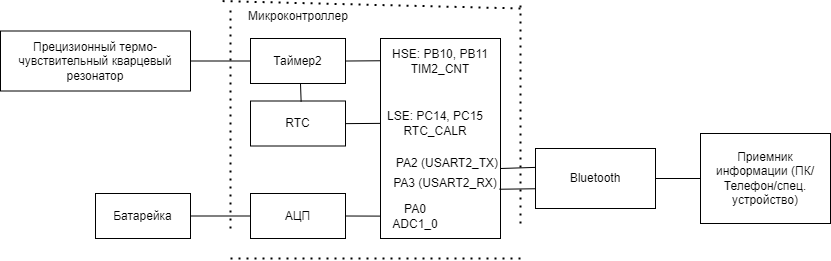
Luda-Seliv-KE-413/Kursovoy keeps this draw.io diagram as DOC/images/Structura.png. Above is the earlier version. Source tidied: cells renumbered, new cells last; positions are measured from the earlier drawing's top-left corner, leaving out a move shared by most shapes.
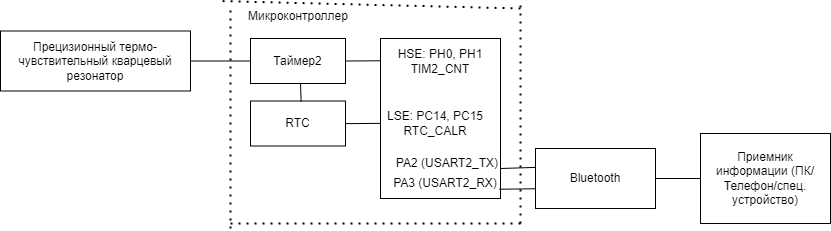
The same file after the commit.

Diff of the diagram source:
```diff
@@ -3,7 +3,7 @@
     <mxCell id="0" />
     <mxCell id="1" parent="0" />
     <mxCell id="2" style="rounded=0;whiteSpace=wrap;html=1;" parent="1" vertex="1">
-      <mxGeometry x="380" y="38" width="120" height="200" as="geometry" />
+      <mxGeometry x="380" y="38" width="120" height="160" as="geometry" />
     </mxCell>
     <mxCell id="3" value="Bluetooth" style="rounded=0;whiteSpace=wrap;html=1;" parent="1" vertex="1">
       <mxGeometry x="535" y="148" width="120" height="60" as="geometry" />
@@ -39,8 +39,8 @@
     </mxCell>
     <mxCell id="11" style="endArrow=none;dashed=1;html=1;dashPattern=1 3;strokeWidth=2;rounded=0;" parent="1" edge="1">
       <mxGeometry relative="1" as="geometry">
-        <mxPoint x="230" y="258" as="sourcePoint" />
-        <mxPoint x="520" y="258" as="targetPoint" />
+        <mxPoint x="230" y="223" as="sourcePoint" />
+        <mxPoint x="520" y="223" as="targetPoint" />
       </mxGeometry>
     </mxCell>
     <mxCell id="12" style="endArrow=none;dashed=1;html=1;dashPattern=1 3;strokeWidth=2;rounded=0;" parent="1" edge="1">
@@ -70,7 +70,7 @@
         <mxPoint x="379.9" y="60.3" as="targetPoint" />
       </mxGeometry>
     </mxCell>
-    <mxCell id="19" value="HSE: PB10, PB11&lt;br&gt;TIM2_CNT" style="text;html=1;align=center;verticalAlign=middle;whiteSpace=wrap;rounded=0;" parent="1" vertex="1">
+    <mxCell id="19" value="HSE: PH0, PH1&lt;br&gt;TIM2_CNT" style="text;html=1;align=center;verticalAlign=middle;whiteSpace=wrap;rounded=0;" parent="1" vertex="1">
       <mxGeometry x="390" y="45.5" width="100" height="30" as="geometry" />
     </mxCell>
     <mxCell id="20" value="RTC" style="rounded=0;whiteSpace=wrap;html=1;" parent="1" vertex="1">
@@ -90,20 +90,8 @@
         <mxPoint x="380" y="122.9" as="targetPoint" />
       </mxGeometry>
     </mxCell>
-    <mxCell id="24" value="АЦП" style="rounded=0;whiteSpace=wrap;html=1;" parent="1" vertex="1">
-      <mxGeometry x="250" y="193" width="95" height="45" as="geometry" />
-    </mxCell>
-    <mxCell id="25" value="Батарейка" style="rounded=0;whiteSpace=wrap;html=1;" parent="1" vertex="1">
-      <mxGeometry x="95" y="193" width="95" height="45" as="geometry" />
-    </mxCell>
-    <mxCell id="26" style="endArrow=none;html=1;rounded=0;exitX=1;exitY=0.5;exitDx=0;exitDy=0;entryX=0;entryY=0.5;entryDx=0;entryDy=0;" parent="1" edge="1" source="25" target="24">
-      <mxGeometry relative="1" as="geometry" />
-    </mxCell>
-    <mxCell id="27" style="endArrow=none;html=1;rounded=0;exitX=1;exitY=0.5;exitDx=0;exitDy=0;entryX=-0.004;entryY=0.888;entryDx=0;entryDy=0;entryPerimeter=0;" parent="1" edge="1" source="24" target="2">
-      <mxGeometry relative="1" as="geometry" />
-    </mxCell>
-    <mxCell id="28" value="PA0&lt;br&gt;ADC1_0" style="text;html=1;align=center;verticalAlign=middle;whiteSpace=wrap;rounded=0;" parent="1" vertex="1">
-      <mxGeometry x="385" y="200.5" width="60" height="30" as="geometry" />
-    </mxCell>
+    <mxCell id="29" style="edgeStyle=orthogonalEdgeStyle;rounded=0;orthogonalLoop=1;jettySize=auto;html=1;exitX=0.5;exitY=1;exitDx=0;exitDy=0;" parent="1" edge="1" source="2" target="2">
+      <mxGeometry relative="1" as="geometry" />
+    </mxCell>
   </root>
 </mxGraphModel>
```
